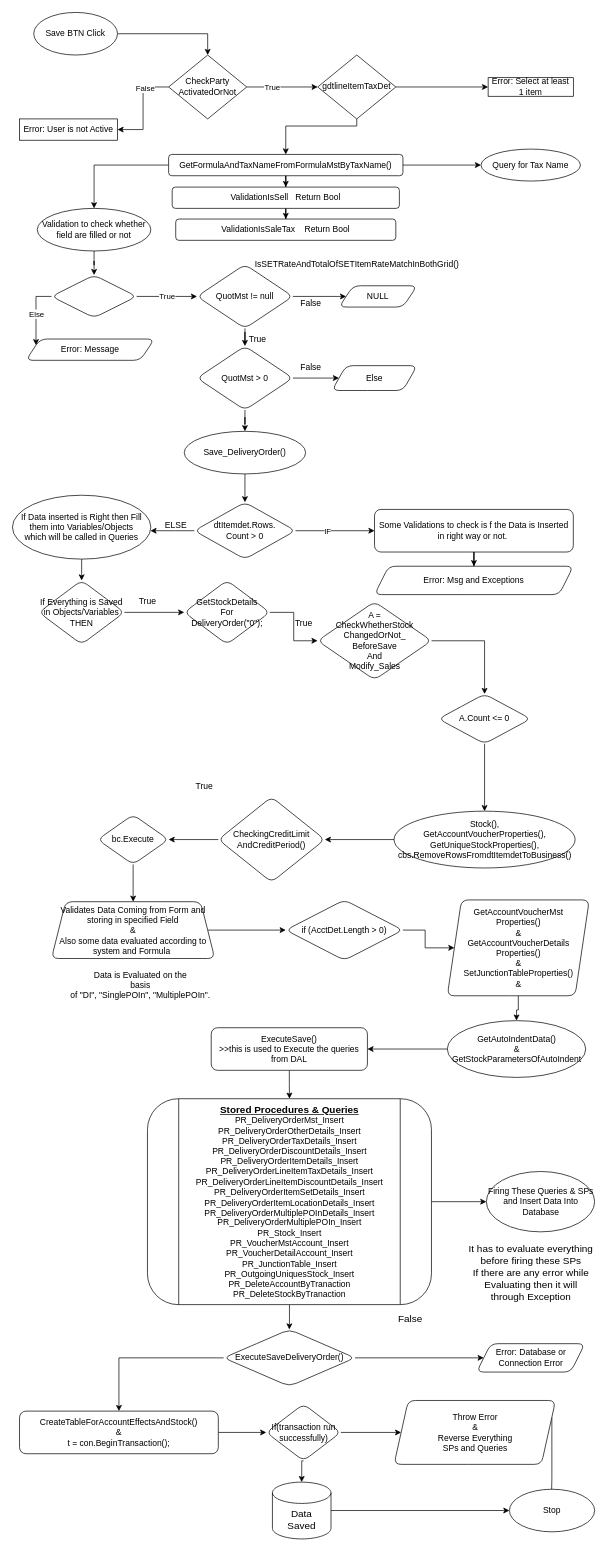
Snag-hub/DOT-Net keeps this draw.io diagram as Untitled Diagram.drawio. Above is the earlier version. Source tidied: cells renumbered, new cells numbered last; positions are measured from the earlier drawing's top-left corner, leaving out a move shared by most shapes. Both pictures are drawn from the tidied source at 71%, with x=0, y=0 at pixel (12, 12).
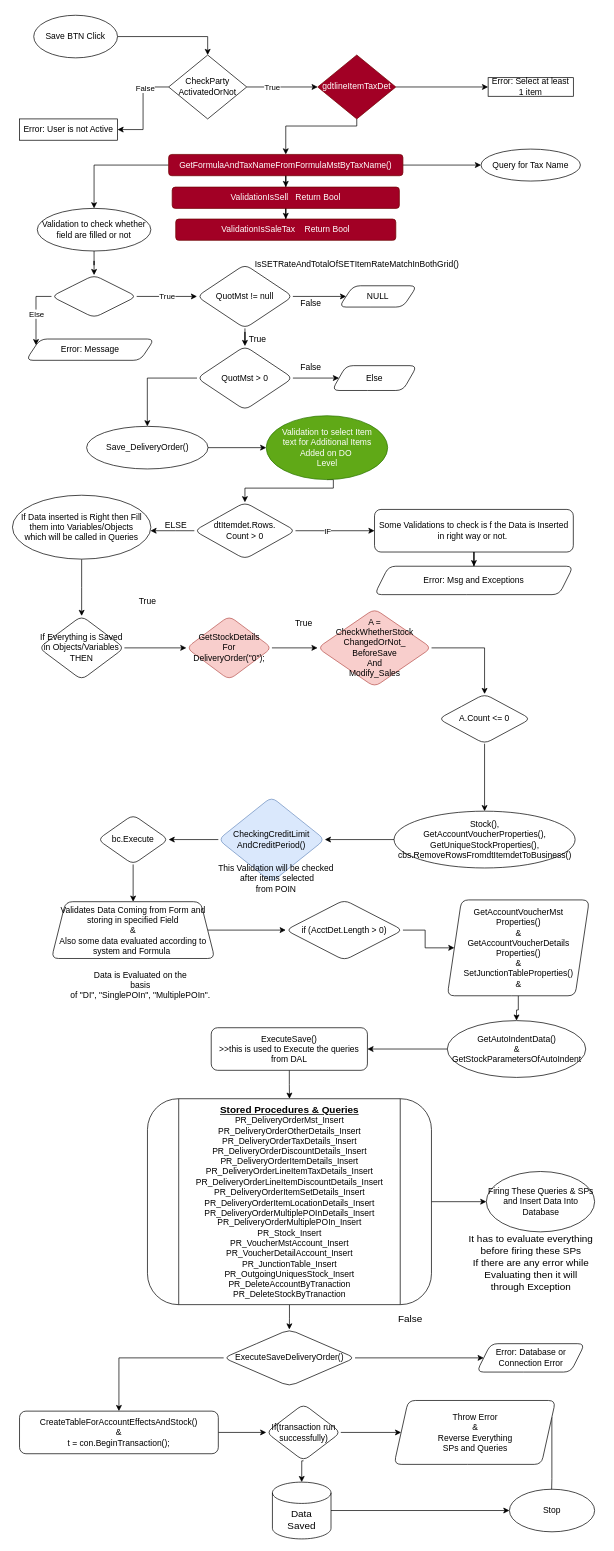
After the change.

The change refers to these unchanged cells:
```xml
<mxCell id="8" value="CheckParty&lt;br&gt;ActivatedOrNot" style="rhombus;whiteSpace=wrap;html=1;" parent="1" vertex="1">
  <mxGeometry x="220" y="60" width="110" height="90" as="geometry" />
</mxCell>
<mxCell id="36" value="QuotMst &amp;gt; 0" style="rhombus;whiteSpace=wrap;html=1;rounded=1;" parent="1" vertex="1">
  <mxGeometry x="260" y="470" width="135" height="90" as="geometry" />
</mxCell>
<mxCell id="46" value="dtItemdet.Rows.&lt;br&gt;Count &amp;gt; 0" style="rhombus;whiteSpace=wrap;html=1;rounded=1;" parent="1" vertex="1">
  <mxGeometry x="256.2" y="690" width="142.5" height="80" as="geometry" />
</mxCell>
```

What changed in the source:
```diff
@@
-    <mxCell id="2" style="edgeStyle=orthogonalEdgeStyle;rounded=0;jettySize=auto;html=1;" parent="1" edge="1" source="3" target="8">
-      <mxGeometry relative="1" as="geometry">
-        <Array as="points">
-          <mxPoint x="275" y="30" />
-        </Array>
-      </mxGeometry>
+    <mxCell id="2" style="edgeStyle=orthogonalEdgeStyle;rounded=0;jettySize=auto;html=1;entryX=0.5;entryY=0;entryDx=0;entryDy=0;" parent="1" edge="1" source="3" target="8">
+      <mxGeometry relative="1" as="geometry" />
     </mxCell>
     <mxCell id="3" value="Save BTN Click" style="ellipse;whiteSpace=wrap;html=1;" parent="1" vertex="1">
-      <mxGeometry x="30" width="118" height="60" as="geometry" />
+      <mxGeometry x="30" y="4" width="118" height="60" as="geometry" />
     </mxCell>
@@
-    <mxCell id="12" value="gdtlineItemTaxDet" style="rhombus;whiteSpace=wrap;html=1;" parent="1" vertex="1">
+    <mxCell id="12" value="gdtlineItemTaxDet" style="rhombus;whiteSpace=wrap;html=1;fillColor=#a20025;strokeColor=#6F0000;fontColor=#ffffff;" parent="1" vertex="1">
       <mxGeometry x="430" y="60" width="110" height="90" as="geometry" />
     </mxCell>
@@
-    <mxCell id="17" value="GetFormulaAndTaxNameFromFormulaMstByTaxName()" style="rounded=1;whiteSpace=wrap;html=1;" parent="1" vertex="1">
+    <mxCell id="17" value="GetFormulaAndTaxNameFromFormulaMstByTaxName()" style="rounded=1;whiteSpace=wrap;html=1;fillColor=#a20025;strokeColor=#6F0000;fontColor=#ffffff;" parent="1" vertex="1">
       <mxGeometry x="220" y="200" width="330" height="30" as="geometry" />
     </mxCell>
@@
-    <mxCell id="20" value="ValidationIsSell&amp;nbsp; &amp;nbsp;Return Bool" style="whiteSpace=wrap;html=1;rounded=1;" parent="1" vertex="1">
+    <mxCell id="20" value="ValidationIsSell&amp;nbsp; &amp;nbsp;Return Bool" style="whiteSpace=wrap;html=1;rounded=1;fillColor=#a20025;strokeColor=#6F0000;fontColor=#ffffff;" parent="1" vertex="1">
       <mxGeometry x="225" y="246" width="320" height="30" as="geometry" />
     </mxCell>
-    <mxCell id="21" value="ValidationIsSaleTax&amp;nbsp; &amp;nbsp; Return Bool" style="whiteSpace=wrap;html=1;rounded=1;" parent="1" vertex="1">
+    <mxCell id="21" value="ValidationIsSaleTax&amp;nbsp; &amp;nbsp; Return Bool" style="whiteSpace=wrap;html=1;rounded=1;fillColor=#a20025;strokeColor=#6F0000;fontColor=#ffffff;" parent="1" vertex="1">
       <mxGeometry x="230" y="291" width="310" height="30" as="geometry" />
     </mxCell>
@@
-    <mxCell id="35" style="edgeStyle=orthogonalEdgeStyle;rounded=0;jettySize=auto;html=1;" parent="1" edge="1" source="36" target="42">
+    <mxCell id="35" style="edgeStyle=orthogonalEdgeStyle;rounded=0;jettySize=auto;html=1;entryX=0.5;entryY=0;entryDx=0;entryDy=0;exitX=0;exitY=0.5;exitDx=0;exitDy=0;" parent="1" edge="1" source="36" target="42">
       <mxGeometry relative="1" as="geometry" />
     </mxCell>
@@
-    <mxCell id="41" style="edgeStyle=orthogonalEdgeStyle;rounded=0;jettySize=auto;html=1;" parent="1" edge="1" source="42" target="46">
-      <mxGeometry relative="1" as="geometry" />
-    </mxCell>
+    <mxCell id="101" style="edgeStyle=orthogonalEdgeStyle;rounded=0;jettySize=auto;html=1;" parent="1" edge="1" source="42" target="103">
+      <mxGeometry relative="1" as="geometry" />
+    </mxCell>
     <mxCell id="42" value="Save_DeliveryOrder()" style="ellipse;whiteSpace=wrap;html=1;rounded=1;" parent="1" vertex="1">
-      <mxGeometry x="242" y="590" width="171" height="60" as="geometry" />
+      <mxGeometry x="104.5" y="583" width="171" height="60" as="geometry" />
     </mxCell>
@@
     <mxCell id="54" value="If Everything is Saved in Objects/Variables&lt;br&gt;THEN" style="rhombus;whiteSpace=wrap;html=1;rounded=1;" parent="1" vertex="1">
-      <mxGeometry x="37.2" y="800" width="120.5" height="90" as="geometry" />
+      <mxGeometry x="37.2" y="850" width="120.5" height="90" as="geometry" />
     </mxCell>
@@
-    <mxCell id="56" value="GetStockDetails&lt;br&gt;For&lt;br&gt;DeliveryOrder(&quot;0&quot;);" style="rhombus;whiteSpace=wrap;html=1;rounded=1;" parent="1" vertex="1">
-      <mxGeometry x="242" y="800" width="120.5" height="90" as="geometry" />
+    <mxCell id="56" value="GetStockDetails&lt;br&gt;For&lt;br&gt;DeliveryOrder(&quot;0&quot;);" style="rhombus;whiteSpace=wrap;html=1;rounded=1;fillColor=#f8cecc;strokeColor=#b85450;" parent="1" vertex="1">
+      <mxGeometry x="245" y="850" width="120.5" height="90" as="geometry" />
     </mxCell>
@@
-    <mxCell id="59" value="A =&lt;br&gt;CheckWhetherStock&lt;br&gt;ChangedOrNot_&lt;br&gt;BeforeSave&lt;br&gt;And&lt;br&gt;Modify_Sales" style="rhombus;whiteSpace=wrap;html=1;rounded=1;" parent="1" vertex="1">
-      <mxGeometry x="429.8" y="830" width="160.5" height="110" as="geometry" />
+    <mxCell id="59" value="A =&lt;br&gt;CheckWhetherStock&lt;br&gt;ChangedOrNot_&lt;br&gt;BeforeSave&lt;br&gt;And&lt;br&gt;Modify_Sales" style="rhombus;whiteSpace=wrap;html=1;rounded=1;fillColor=#f8cecc;strokeColor=#b85450;" parent="1" vertex="1">
+      <mxGeometry x="429.8" y="840" width="160.5" height="110" as="geometry" />
     </mxCell>
@@
-    <mxCell id="66" value="CheckingCreditLimit&lt;br&gt;AndCreditPeriod()" style="rhombus;whiteSpace=wrap;html=1;rounded=1;" parent="1" vertex="1">
+    <mxCell id="66" value="CheckingCreditLimit&lt;br&gt;AndCreditPeriod()" style="rhombus;whiteSpace=wrap;html=1;rounded=1;fillColor=#dae8fc;strokeColor=#6c8ebf;" parent="1" vertex="1">
       <mxGeometry x="290" y="1105" width="150" height="120" as="geometry" />
     </mxCell>
@@
-    <mxCell id="69" value="True" style="text;html=1;align=center;verticalAlign=middle;strokeColor=none;fillColor=none;" parent="1" vertex="1">
-      <mxGeometry x="245" y="1075" width="50" height="30" as="geometry" />
-    </mxCell>
@@
     <mxCell id="85" value="It has to evaluate everything&lt;br&gt;before firing these SPs&lt;br&gt;If there are any error while&lt;br&gt;Evaluating then it will&lt;br&gt;through Exception" style="text;html=1;align=center;verticalAlign=middle;strokeColor=none;fillColor=none;fontSize=14;" parent="1" vertex="1">
-      <mxGeometry x="630" y="1725" width="200" height="100" as="geometry" />
+      <mxGeometry x="630" y="1711" width="200" height="100" as="geometry" />
     </mxCell>
@@
+    <mxCell id="102" style="edgeStyle=orthogonalEdgeStyle;rounded=0;jettySize=auto;html=1;exitX=0.5;exitY=1;exitDx=0;exitDy=0;entryX=0.5;entryY=0;entryDx=0;entryDy=0;" parent="1" edge="1" source="103" target="46">
+      <mxGeometry relative="1" as="geometry">
+        <Array as="points">
+          <mxPoint x="452" y="670" />
+          <mxPoint x="328" y="670" />
+        </Array>
+      </mxGeometry>
+    </mxCell>
+    <mxCell id="103" value="Validation to select Item &lt;br&gt;text for Additional Items &lt;br&gt;Added on DO&amp;nbsp;&lt;br&gt;Level" style="ellipse;whiteSpace=wrap;html=1;rounded=1;fillColor=#60a917;fontColor=#ffffff;strokeColor=#2D7600;" parent="1" vertex="1">
+      <mxGeometry x="357.5" y="568" width="171" height="90" as="geometry" />
+    </mxCell>
+    <mxCell id="104" value="This Validation will be checked&lt;br&gt;&amp;nbsp;after items selected&lt;br&gt;from POIN" style="text;html=1;align=center;verticalAlign=middle;strokeColor=none;fillColor=none;" parent="1" vertex="1">
+      <mxGeometry x="275.5" y="1190" width="190" height="60" as="geometry" />
+    </mxCell>
```
